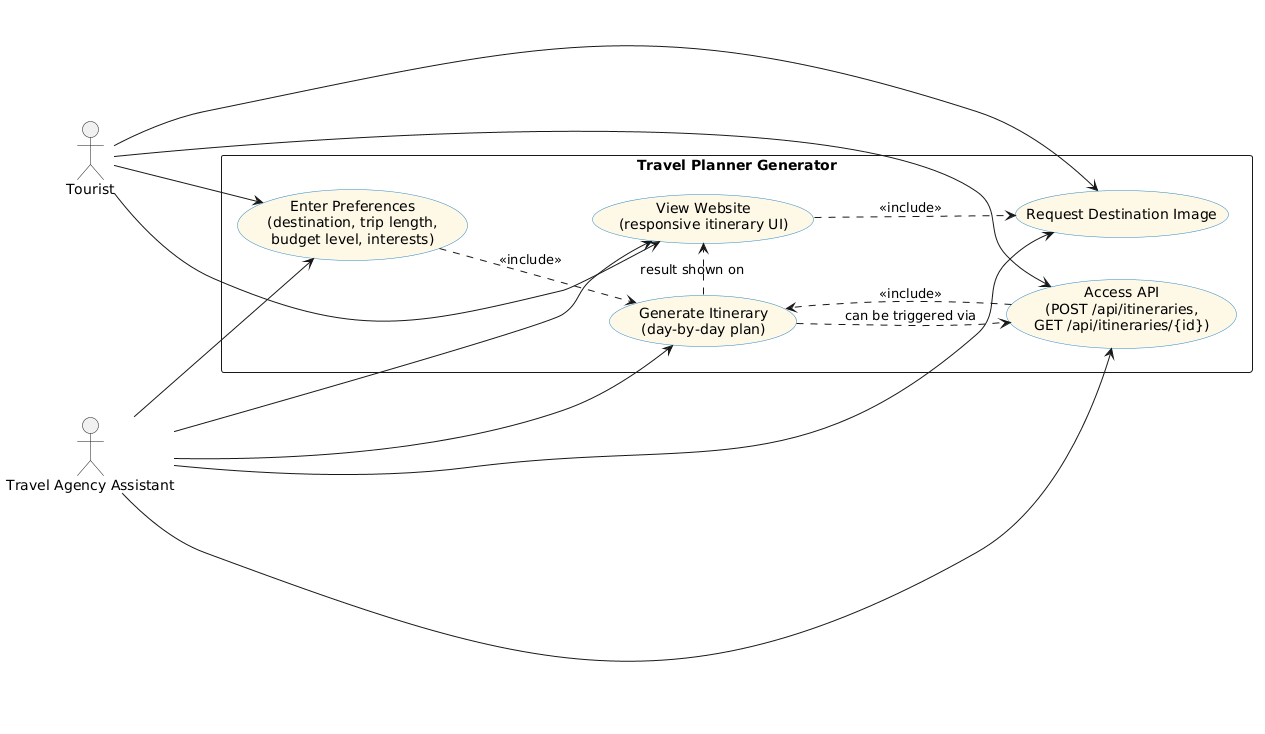
This is Task2/uml/use_case_diagram.png from EasonYang0618/travel-planner-generator, a PlantUML export, as it was before one commit.
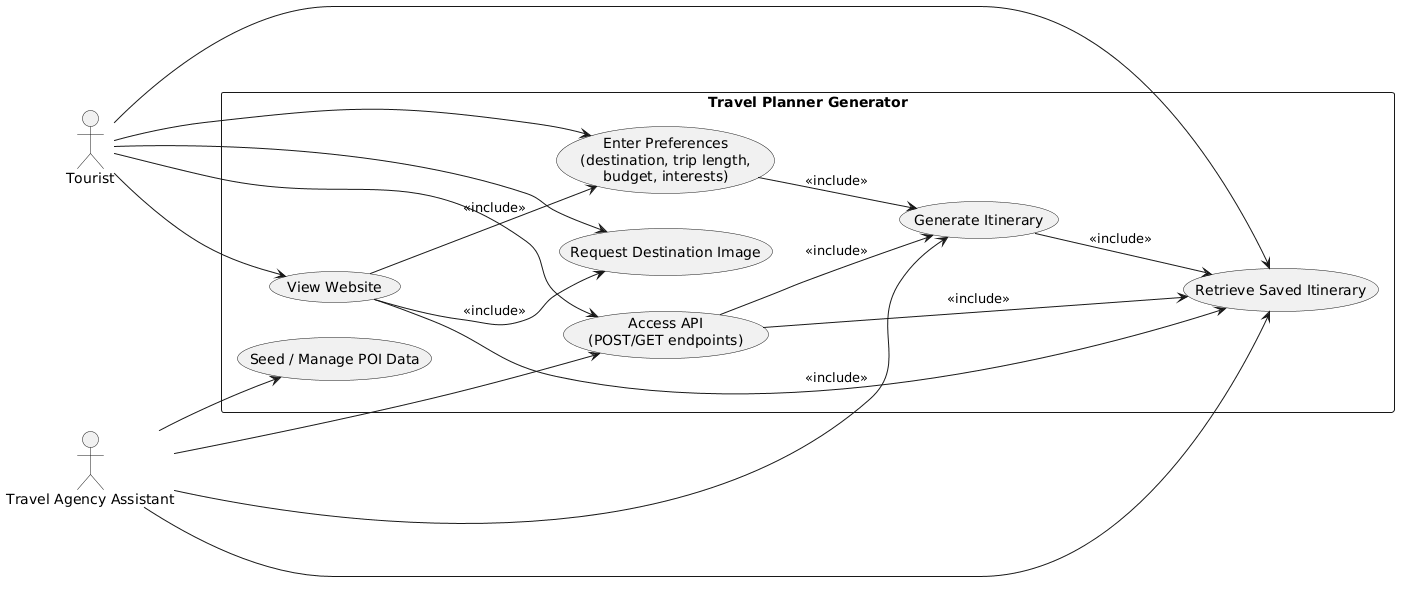
Above is the later version.

Change to the diagram source:
```diff
@@ -1,36 +1,36 @@
 @startuml
 left to right direction
-skinparam usecase {
-  BackgroundColor #FEF9E7
-  BorderColor #2E86C1
+
+actor Tourist
+actor "Travel Agency Assistant" as Assistant
+
+rectangle "Travel Planner Generator" {
+  usecase "Enter Preferences\n(destination, trip length,\nbudget, interests)" as Enter
+  usecase "Generate Itinerary" as Generate
+  usecase "View Website" as View
+  usecase "Request Destination Image" as Image
+  usecase "Access API\n(POST/GET endpoints)" as API
+  usecase "Retrieve Saved Itinerary" as Retrieve
+  usecase "Seed / Manage POI Data" as Admin
 }
 
-actor Tourist
-actor "Travel Agency Assistant" as Agent
+Tourist --> View
+Tourist --> Enter
+Tourist --> Image
+Tourist --> API
+Tourist --> Retrieve
 
-rectangle "Travel Planner Generator" {
-  usecase UC_Preferences as "Enter Preferences\n(destination, trip length,\nbudget level, interests)"
-  usecase UC_Generate as "Generate Itinerary\n(day-by-day plan)"
-  usecase UC_View as "View Website\n(responsive itinerary UI)"
-  usecase UC_Image as "Request Destination Image"
-  usecase UC_API as "Access API\n(POST /api/itineraries,\nGET /api/itineraries/{id})"
-}
+Assistant --> Admin
+Assistant --> API
+Assistant --> Generate
+Assistant --> Retrieve
 
-Tourist --> UC_Preferences
-Tourist --> UC_View
-Tourist --> UC_Image
-Tourist --> UC_API
+View --> Enter : <<include>>
+View --> Retrieve : <<include>>
+View --> Image : <<include>>
 
-Agent --> UC_Preferences
-Agent --> UC_Generate
-Agent --> UC_View
-Agent --> UC_API
-Agent --> UC_Image
-
-UC_Preferences ..> UC_Generate : <<include>>
-UC_API ..> UC_Generate : <<include>>
-UC_View ..> UC_Image : <<include>>
-
-UC_Generate .> UC_View : result shown on
-UC_Generate .> UC_API : can be triggered via
+Enter --> Generate : <<include>>
+API --> Generate : <<include>>
+API --> Retrieve : <<include>>
+Generate --> Retrieve : <<include>>
 @enduml
```
